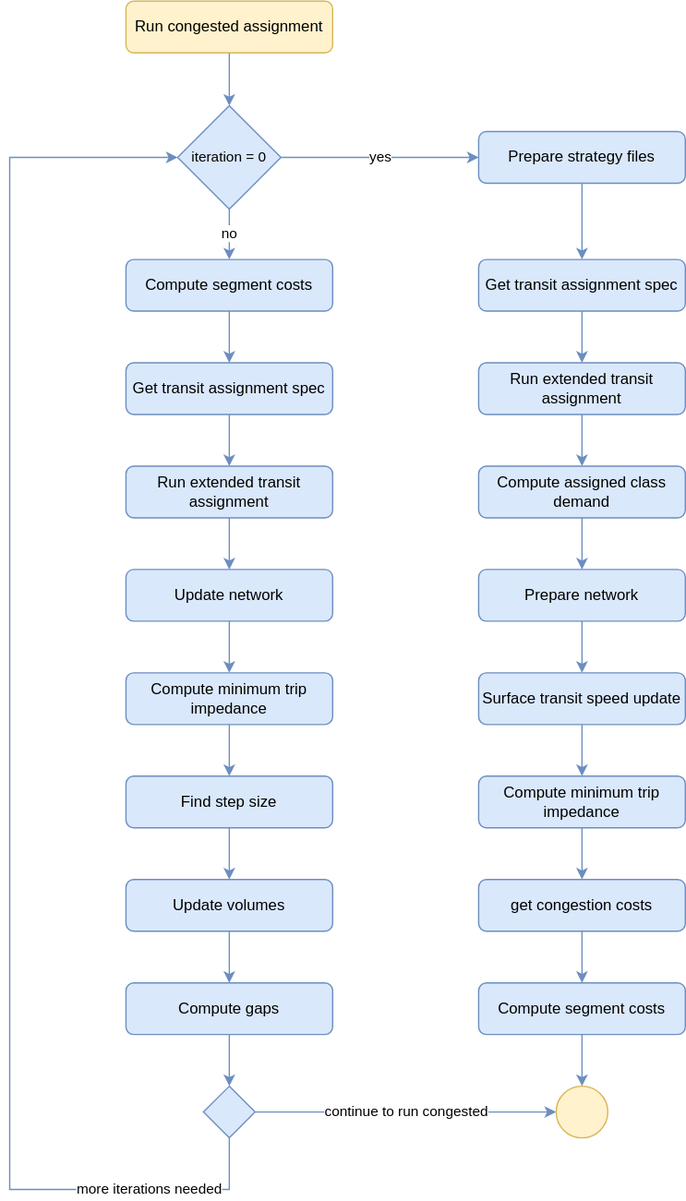
Earlier version of the draw.io export tmg-documentation/2.0/tmgtoolbox2_emme/tools/Assign/images/run_congested_assignment_flow.svg (TravelModellingGroup/Documentation). Source tidied: cells renumbered, new cells last; positions are measured from the earlier drawing's top-left corner, leaving out a move shared by most shapes.
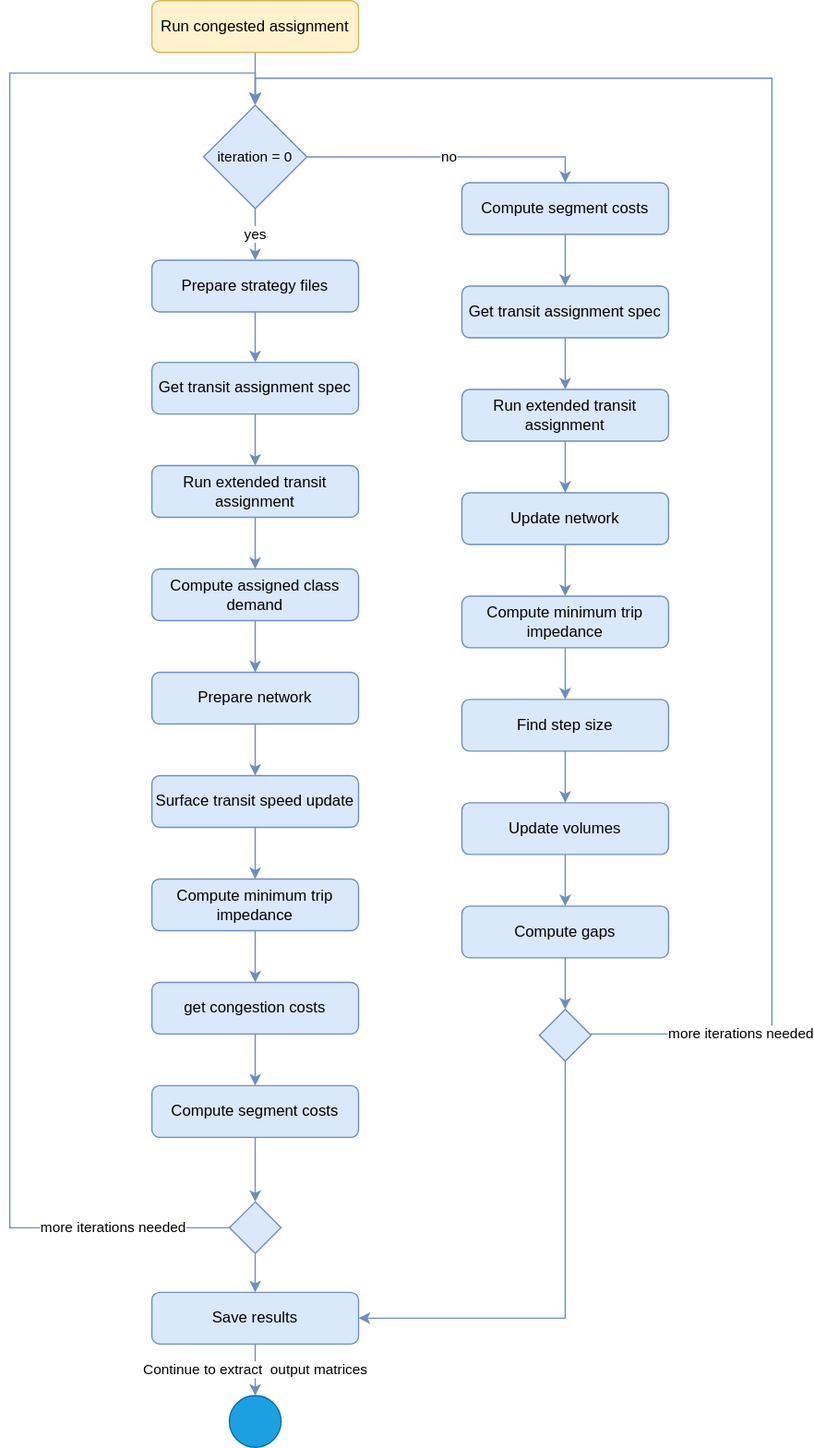
After the change.

Diff of the diagram source:
```diff
@@ -8,136 +8,159 @@
     <mxCell id="3" value="Run congested assignment" style="rounded=1;whiteSpace=wrap;html=1;fillColor=#fff2cc;strokeColor=#d6b656;" parent="1" vertex="1">
       <mxGeometry x="90" width="160" height="40" as="geometry" />
     </mxCell>
-    <mxCell id="4" style="edgeStyle=orthogonalEdgeStyle;shape=connector;rounded=0;jettySize=auto;html=1;labelBackgroundColor=default;fontFamily=Helvetica;fontSize=11;fontColor=default;endArrow=classic;strokeColor=#6c8ebf;fillColor=#dae8fc;" parent="1" edge="1" source="5" target="42">
+    <mxCell id="4" style="edgeStyle=orthogonalEdgeStyle;rounded=0;jettySize=auto;html=1;fillColor=#dae8fc;strokeColor=#6c8ebf;" parent="1" edge="1" source="5" target="42">
       <mxGeometry relative="1" as="geometry" />
     </mxCell>
     <mxCell id="5" value="Prepare strategy files" style="rounded=1;whiteSpace=wrap;html=1;fillColor=#dae8fc;strokeColor=#6c8ebf;" parent="1" vertex="1">
-      <mxGeometry x="363" y="101" width="160" height="40" as="geometry" />
+      <mxGeometry x="90" y="201" width="160" height="40" as="geometry" />
     </mxCell>
     <mxCell id="6" style="edgeStyle=orthogonalEdgeStyle;shape=connector;rounded=0;jettySize=auto;html=1;labelBackgroundColor=default;fontFamily=Helvetica;fontSize=11;fontColor=default;endArrow=classic;strokeColor=#6c8ebf;fillColor=#dae8fc;" parent="1" edge="1" source="7" target="9">
       <mxGeometry relative="1" as="geometry" />
     </mxCell>
     <mxCell id="7" value="Run extended transit assignment" style="rounded=1;whiteSpace=wrap;html=1;fillColor=#dae8fc;strokeColor=#6c8ebf;" parent="1" vertex="1">
-      <mxGeometry x="363" y="280" width="160" height="40" as="geometry" />
+      <mxGeometry x="90" y="360" width="160" height="40" as="geometry" />
     </mxCell>
     <mxCell id="8" style="edgeStyle=orthogonalEdgeStyle;shape=connector;rounded=0;jettySize=auto;html=1;labelBackgroundColor=default;fontFamily=Helvetica;fontSize=11;fontColor=default;endArrow=classic;strokeColor=#6c8ebf;fillColor=#dae8fc;" parent="1" edge="1" source="9" target="11">
       <mxGeometry relative="1" as="geometry" />
     </mxCell>
     <mxCell id="9" value="Compute assigned class demand" style="rounded=1;whiteSpace=wrap;html=1;fillColor=#dae8fc;strokeColor=#6c8ebf;" parent="1" vertex="1">
-      <mxGeometry x="363" y="360" width="160" height="40" as="geometry" />
+      <mxGeometry x="90" y="440" width="160" height="40" as="geometry" />
     </mxCell>
     <mxCell id="10" style="edgeStyle=orthogonalEdgeStyle;shape=connector;rounded=0;jettySize=auto;html=1;labelBackgroundColor=default;fontFamily=Helvetica;fontSize=11;fontColor=default;endArrow=classic;strokeColor=#6c8ebf;fillColor=#dae8fc;" parent="1" edge="1" source="11" target="13">
       <mxGeometry relative="1" as="geometry" />
     </mxCell>
     <mxCell id="11" value="Prepare network" style="rounded=1;whiteSpace=wrap;html=1;fillColor=#dae8fc;strokeColor=#6c8ebf;" parent="1" vertex="1">
-      <mxGeometry x="363" y="440" width="160" height="40" as="geometry" />
+      <mxGeometry x="90" y="520" width="160" height="40" as="geometry" />
     </mxCell>
     <mxCell id="12" style="edgeStyle=orthogonalEdgeStyle;shape=connector;rounded=0;jettySize=auto;html=1;labelBackgroundColor=default;fontFamily=Helvetica;fontSize=11;fontColor=default;endArrow=classic;strokeColor=#6c8ebf;fillColor=#dae8fc;" parent="1" edge="1" source="13" target="15">
       <mxGeometry relative="1" as="geometry" />
     </mxCell>
     <mxCell id="13" value="Surface transit speed update" style="rounded=1;whiteSpace=wrap;html=1;fillColor=#dae8fc;strokeColor=#6c8ebf;" parent="1" vertex="1">
-      <mxGeometry x="363" y="520" width="160" height="40" as="geometry" />
+      <mxGeometry x="90" y="600" width="160" height="40" as="geometry" />
     </mxCell>
     <mxCell id="14" style="edgeStyle=orthogonalEdgeStyle;shape=connector;rounded=0;jettySize=auto;html=1;exitX=0.5;exitY=1;exitDx=0;exitDy=0;labelBackgroundColor=default;fontFamily=Helvetica;fontSize=11;fontColor=default;endArrow=classic;strokeColor=#6c8ebf;fillColor=#dae8fc;" parent="1" edge="1" source="15" target="17">
       <mxGeometry relative="1" as="geometry" />
     </mxCell>
     <mxCell id="15" value="Compute minimum trip impedance" style="rounded=1;whiteSpace=wrap;html=1;fillColor=#dae8fc;strokeColor=#6c8ebf;" parent="1" vertex="1">
-      <mxGeometry x="363" y="600" width="160" height="40" as="geometry" />
+      <mxGeometry x="90" y="680" width="160" height="40" as="geometry" />
     </mxCell>
     <mxCell id="16" style="edgeStyle=orthogonalEdgeStyle;shape=connector;rounded=0;jettySize=auto;html=1;exitX=0.5;exitY=1;exitDx=0;exitDy=0;entryX=0.5;entryY=0;entryDx=0;entryDy=0;labelBackgroundColor=default;fontFamily=Helvetica;fontSize=11;fontColor=default;endArrow=classic;strokeColor=#6c8ebf;fillColor=#dae8fc;" parent="1" edge="1" source="17" target="19">
       <mxGeometry relative="1" as="geometry" />
     </mxCell>
     <mxCell id="17" value="get congestion costs" style="rounded=1;whiteSpace=wrap;html=1;fillColor=#dae8fc;strokeColor=#6c8ebf;" parent="1" vertex="1">
-      <mxGeometry x="363" y="680" width="160" height="40" as="geometry" />
+      <mxGeometry x="90" y="760" width="160" height="40" as="geometry" />
     </mxCell>
-    <mxCell id="18" style="edgeStyle=orthogonalEdgeStyle;shape=connector;rounded=0;jettySize=auto;html=1;labelBackgroundColor=default;fontFamily=Helvetica;fontSize=11;fontColor=default;endArrow=classic;strokeColor=#6c8ebf;fillColor=#dae8fc;" parent="1" edge="1" source="19" target="40">
-      <mxGeometry relative="1" as="geometry" />
-    </mxCell>
+    <mxCell id="45" style="edgeStyle=orthogonalEdgeStyle;shape=connector;rounded=0;jettySize=auto;html=1;labelBackgroundColor=default;fontFamily=Helvetica;fontSize=11;fontColor=default;endArrow=classic;endFill=1;strokeColor=#6c8ebf;fillColor=#dae8fc;" parent="1" edge="1" source="19" target="49">
+      <mxGeometry relative="1" as="geometry" />
+    </mxCell>
     <mxCell id="19" value="Compute segment costs" style="rounded=1;whiteSpace=wrap;html=1;fillColor=#dae8fc;strokeColor=#6c8ebf;" parent="1" vertex="1">
-      <mxGeometry x="363" y="760" width="160" height="40" as="geometry" />
+      <mxGeometry x="90" y="840" width="160" height="40" as="geometry" />
     </mxCell>
     <mxCell id="20" style="edgeStyle=orthogonalEdgeStyle;shape=connector;rounded=0;jettySize=auto;html=1;labelBackgroundColor=default;fontFamily=Helvetica;fontSize=11;fontColor=default;endArrow=classic;strokeColor=#6c8ebf;fillColor=#dae8fc;" parent="1" edge="1" source="21" target="44">
       <mxGeometry relative="1" as="geometry" />
     </mxCell>
     <mxCell id="21" value="Compute segment costs" style="rounded=1;whiteSpace=wrap;html=1;fillColor=#dae8fc;strokeColor=#6c8ebf;" parent="1" vertex="1">
-      <mxGeometry x="90" y="200" width="160" height="40" as="geometry" />
+      <mxGeometry x="330" y="141" width="160" height="40" as="geometry" />
     </mxCell>
     <mxCell id="22" style="edgeStyle=orthogonalEdgeStyle;shape=connector;rounded=0;jettySize=auto;html=1;labelBackgroundColor=default;fontFamily=Helvetica;fontSize=11;fontColor=default;endArrow=classic;strokeColor=#6c8ebf;fillColor=#dae8fc;" parent="1" edge="1" source="23" target="25">
       <mxGeometry relative="1" as="geometry" />
     </mxCell>
     <mxCell id="23" value="Run extended transit assignment" style="rounded=1;whiteSpace=wrap;html=1;fillColor=#dae8fc;strokeColor=#6c8ebf;" parent="1" vertex="1">
-      <mxGeometry x="90" y="360" width="160" height="40" as="geometry" />
+      <mxGeometry x="330" y="301" width="160" height="40" as="geometry" />
     </mxCell>
     <mxCell id="24" style="edgeStyle=orthogonalEdgeStyle;shape=connector;rounded=0;jettySize=auto;html=1;labelBackgroundColor=default;fontFamily=Helvetica;fontSize=11;fontColor=default;endArrow=classic;strokeColor=#6c8ebf;fillColor=#dae8fc;" parent="1" edge="1" source="25" target="27">
       <mxGeometry relative="1" as="geometry" />
     </mxCell>
     <mxCell id="25" value="Update network" style="rounded=1;whiteSpace=wrap;html=1;fillColor=#dae8fc;strokeColor=#6c8ebf;" parent="1" vertex="1">
-      <mxGeometry x="90" y="440" width="160" height="40" as="geometry" />
+      <mxGeometry x="330" y="381" width="160" height="40" as="geometry" />
     </mxCell>
     <mxCell id="26" style="edgeStyle=orthogonalEdgeStyle;rounded=0;jettySize=auto;html=1;fillColor=#dae8fc;strokeColor=#6c8ebf;" parent="1" edge="1" source="27" target="29">
       <mxGeometry relative="1" as="geometry" />
     </mxCell>
     <mxCell id="27" value="Compute minimum trip impedance" style="rounded=1;whiteSpace=wrap;html=1;fillColor=#dae8fc;strokeColor=#6c8ebf;" parent="1" vertex="1">
-      <mxGeometry x="90" y="520" width="160" height="40" as="geometry" />
+      <mxGeometry x="330" y="461" width="160" height="40" as="geometry" />
     </mxCell>
     <mxCell id="28" style="edgeStyle=orthogonalEdgeStyle;shape=connector;rounded=0;jettySize=auto;html=1;labelBackgroundColor=default;fontFamily=Helvetica;fontSize=11;fontColor=default;endArrow=classic;strokeColor=#6c8ebf;fillColor=#dae8fc;" parent="1" edge="1" source="29" target="31">
       <mxGeometry relative="1" as="geometry" />
     </mxCell>
     <mxCell id="29" value="Find step size" style="rounded=1;whiteSpace=wrap;html=1;fillColor=#dae8fc;strokeColor=#6c8ebf;" parent="1" vertex="1">
-      <mxGeometry x="90" y="600" width="160" height="40" as="geometry" />
+      <mxGeometry x="330" y="541" width="160" height="40" as="geometry" />
     </mxCell>
     <mxCell id="30" style="edgeStyle=orthogonalEdgeStyle;shape=connector;rounded=0;jettySize=auto;html=1;labelBackgroundColor=default;fontFamily=Helvetica;fontSize=11;fontColor=default;endArrow=classic;strokeColor=#6c8ebf;fillColor=#dae8fc;" parent="1" edge="1" source="31" target="33">
       <mxGeometry relative="1" as="geometry" />
     </mxCell>
     <mxCell id="31" value="Update volumes" style="rounded=1;whiteSpace=wrap;html=1;fillColor=#dae8fc;strokeColor=#6c8ebf;" parent="1" vertex="1">
-      <mxGeometry x="90" y="680" width="160" height="40" as="geometry" />
+      <mxGeometry x="330" y="621" width="160" height="40" as="geometry" />
     </mxCell>
     <mxCell id="32" style="edgeStyle=orthogonalEdgeStyle;shape=connector;rounded=0;jettySize=auto;html=1;labelBackgroundColor=default;fontFamily=Helvetica;fontSize=11;fontColor=default;endArrow=classic;strokeColor=#6c8ebf;fillColor=#dae8fc;" parent="1" edge="1" source="33" target="39">
       <mxGeometry relative="1" as="geometry" />
     </mxCell>
     <mxCell id="33" value="Compute gaps" style="rounded=1;whiteSpace=wrap;html=1;fillColor=#dae8fc;strokeColor=#6c8ebf;" parent="1" vertex="1">
-      <mxGeometry x="90" y="760" width="160" height="40" as="geometry" />
+      <mxGeometry x="330" y="701" width="160" height="40" as="geometry" />
     </mxCell>
     <mxCell id="34" value="yes" style="edgeStyle=orthogonalEdgeStyle;shape=connector;rounded=0;jettySize=auto;html=1;labelBackgroundColor=default;fontFamily=Helvetica;fontSize=11;fontColor=default;endArrow=classic;strokeColor=#6c8ebf;fillColor=#dae8fc;" parent="1" edge="1" source="36" target="5">
       <mxGeometry relative="1" as="geometry" />
     </mxCell>
-    <mxCell id="35" value="no" style="edgeStyle=orthogonalEdgeStyle;shape=connector;rounded=0;jettySize=auto;html=1;labelBackgroundColor=default;fontFamily=Helvetica;fontSize=11;fontColor=default;endArrow=classic;strokeColor=#6c8ebf;fillColor=#dae8fc;" parent="1" edge="1" source="36">
-      <mxGeometry relative="1" as="geometry">
-        <mxPoint x="170" y="200" as="targetPoint" />
-      </mxGeometry>
+    <mxCell id="35" value="no" style="edgeStyle=orthogonalEdgeStyle;shape=connector;rounded=0;jettySize=auto;html=1;entryX=0.5;entryY=0;entryDx=0;entryDy=0;labelBackgroundColor=default;fontFamily=Helvetica;fontSize=11;fontColor=default;endArrow=classic;strokeColor=#6c8ebf;fillColor=#dae8fc;" parent="1" edge="1" source="36" target="21">
+      <mxGeometry relative="1" as="geometry" />
     </mxCell>
     <mxCell id="36" value="iteration = 0" style="rhombus;whiteSpace=wrap;html=1;fontFamily=Helvetica;fontSize=11;fillColor=#dae8fc;strokeColor=#6c8ebf;" parent="1" vertex="1">
       <mxGeometry x="130" y="81" width="80" height="80" as="geometry" />
     </mxCell>
-    <mxCell id="37" value="more iterations needed" style="edgeStyle=orthogonalEdgeStyle;shape=connector;rounded=0;jettySize=auto;html=1;labelBackgroundColor=default;fontFamily=Helvetica;fontSize=11;fontColor=default;endArrow=classic;strokeColor=#6c8ebf;fillColor=#dae8fc;entryX=0;entryY=0.5;entryDx=0;entryDy=0;" parent="1" edge="1" source="39" target="36">
+    <mxCell id="37" value="more iterations needed" style="edgeStyle=orthogonalEdgeStyle;shape=connector;rounded=0;jettySize=auto;html=1;labelBackgroundColor=default;fontFamily=Helvetica;fontSize=11;fontColor=default;endArrow=classic;strokeColor=#6c8ebf;fillColor=#dae8fc;endFill=1;" parent="1" edge="1" source="39">
       <mxGeometry x="-0.82" relative="1" as="geometry">
+        <mxPoint x="170" y="80" as="targetPoint" />
         <Array as="points">
-          <mxPoint x="170" y="920" />
-          <mxPoint y="920" />
-          <mxPoint y="121" />
+          <mxPoint x="570" y="800" />
+          <mxPoint x="570" y="60" />
         </Array>
       </mxGeometry>
     </mxCell>
-    <mxCell id="38" value="continue to run congested" style="edgeStyle=orthogonalEdgeStyle;shape=connector;rounded=0;jettySize=auto;html=1;labelBackgroundColor=default;fontFamily=Helvetica;fontSize=11;fontColor=default;endArrow=classic;strokeColor=#6c8ebf;fillColor=#dae8fc;" parent="1" edge="1" source="39" target="40">
-      <mxGeometry relative="1" as="geometry" />
-    </mxCell>
+    <mxCell id="46" style="edgeStyle=orthogonalEdgeStyle;shape=connector;rounded=0;jettySize=auto;html=1;entryX=1;entryY=0.5;entryDx=0;entryDy=0;labelBackgroundColor=default;fontFamily=Helvetica;fontSize=11;fontColor=default;endArrow=classic;endFill=1;strokeColor=#6c8ebf;fillColor=#dae8fc;" parent="1" edge="1" source="39" target="51">
+      <mxGeometry relative="1" as="geometry">
+        <Array as="points">
+          <mxPoint x="410" y="1020" />
+        </Array>
+      </mxGeometry>
+    </mxCell>
     <mxCell id="39" style="rhombus;whiteSpace=wrap;html=1;fontFamily=Helvetica;fontSize=11;fillColor=#dae8fc;strokeColor=#6c8ebf;" parent="1" vertex="1">
-      <mxGeometry x="150" y="840" width="40" height="40" as="geometry" />
+      <mxGeometry x="390" y="781" width="40" height="40" as="geometry" />
     </mxCell>
-    <mxCell id="40" style="ellipse;whiteSpace=wrap;html=1;fontFamily=Helvetica;fontSize=11;fillColor=#fff2cc;strokeColor=#d6b656;" parent="1" vertex="1">
-      <mxGeometry x="423" y="840" width="40" height="40" as="geometry" />
+    <mxCell id="40" style="ellipse;whiteSpace=wrap;html=1;fontFamily=Helvetica;fontSize=11;fillColor=#1ba1e2;strokeColor=#006EAF;fontColor=#ffffff;" parent="1" vertex="1">
+      <mxGeometry x="150" y="1080" width="40" height="40" as="geometry" />
     </mxCell>
     <mxCell id="41" style="edgeStyle=orthogonalEdgeStyle;shape=connector;rounded=0;jettySize=auto;html=1;labelBackgroundColor=default;fontFamily=Helvetica;fontSize=11;fontColor=default;endArrow=classic;strokeColor=#6c8ebf;fillColor=#dae8fc;" parent="1" edge="1" source="42" target="7">
       <mxGeometry relative="1" as="geometry" />
     </mxCell>
     <mxCell id="42" value="Get transit assignment spec" style="rounded=1;whiteSpace=wrap;html=1;fillColor=#dae8fc;strokeColor=#6c8ebf;" parent="1" vertex="1">
-      <mxGeometry x="363" y="200" width="160" height="40" as="geometry" />
+      <mxGeometry x="90" y="280" width="160" height="40" as="geometry" />
     </mxCell>
     <mxCell id="43" style="edgeStyle=orthogonalEdgeStyle;shape=connector;rounded=0;jettySize=auto;html=1;labelBackgroundColor=default;fontFamily=Helvetica;fontSize=11;fontColor=default;endArrow=classic;strokeColor=#6c8ebf;fillColor=#dae8fc;" parent="1" edge="1" source="44" target="23">
       <mxGeometry relative="1" as="geometry" />
     </mxCell>
     <mxCell id="44" value="Get transit assignment spec" style="rounded=1;whiteSpace=wrap;html=1;fillColor=#dae8fc;strokeColor=#6c8ebf;" parent="1" vertex="1">
-      <mxGeometry x="90" y="280" width="160" height="40" as="geometry" />
+      <mxGeometry x="330" y="221" width="160" height="40" as="geometry" />
     </mxCell>
+    <mxCell id="47" value="more iterations needed" style="edgeStyle=orthogonalEdgeStyle;shape=connector;rounded=0;jettySize=auto;html=1;labelBackgroundColor=default;fontFamily=Helvetica;fontSize=11;fontColor=default;endArrow=classic;endFill=1;strokeColor=#6c8ebf;fillColor=#dae8fc;" parent="1" edge="1" source="49">
+      <mxGeometry x="-0.86" relative="1" as="geometry">
+        <mxPoint x="170" y="80" as="targetPoint" />
+        <Array as="points">
+          <mxPoint x="-20" y="950" />
+          <mxPoint x="-20" y="56" />
+        </Array>
+      </mxGeometry>
+    </mxCell>
+    <mxCell id="48" style="edgeStyle=orthogonalEdgeStyle;shape=connector;rounded=0;jettySize=auto;html=1;labelBackgroundColor=default;fontFamily=Helvetica;fontSize=11;fontColor=default;endArrow=classic;endFill=1;strokeColor=#6c8ebf;fillColor=#dae8fc;" parent="1" edge="1" source="49" target="51">
+      <mxGeometry relative="1" as="geometry" />
+    </mxCell>
+    <mxCell id="49" style="rhombus;whiteSpace=wrap;html=1;fontFamily=Helvetica;fontSize=11;fillColor=#dae8fc;strokeColor=#6c8ebf;" parent="1" vertex="1">
+      <mxGeometry x="150" y="930" width="40" height="40" as="geometry" />
+    </mxCell>
+    <mxCell id="50" value="Continue to extract&amp;nbsp; output matrices" style="edgeStyle=orthogonalEdgeStyle;shape=connector;rounded=0;jettySize=auto;html=1;labelBackgroundColor=default;fontFamily=Helvetica;fontSize=11;fontColor=default;endArrow=classic;endFill=1;strokeColor=#6c8ebf;fillColor=#dae8fc;" parent="1" edge="1" source="51" target="40">
+      <mxGeometry relative="1" as="geometry" />
+    </mxCell>
+    <mxCell id="51" value="Save results" style="rounded=1;whiteSpace=wrap;html=1;fillColor=#dae8fc;strokeColor=#6c8ebf;" parent="1" vertex="1">
+      <mxGeometry x="90" y="1000" width="160" height="40" as="geometry" />
+    </mxCell>
   </root>
 </mxGraphModel>
```
